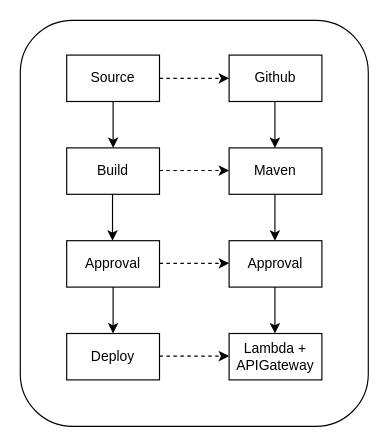
Before: pipeline_101.drawio in ranser102/aws-codepipeline-101, a draw.io diagram. Source tidied: cells renumbered, new cells numbered last; positions are measured from the earlier drawing's top-left corner, leaving out a move shared by most shapes. Both pictures are drawn from the tidied source at 116%, with x=0, y=0 at pixel (20, 20).
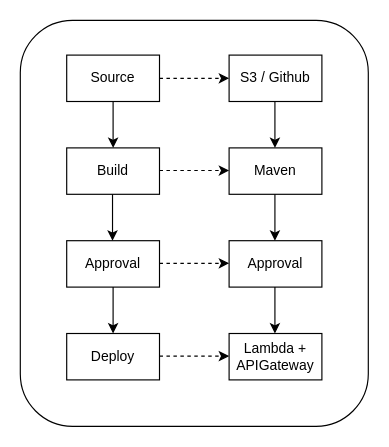
After the change.

Diff of the diagram source:
```diff
@@
-    <mxCell id="7" value="Github" style="rounded=0;whiteSpace=wrap;html=1;" parent="1" vertex="1">
+    <mxCell id="7" value="S3 / Github" style="rounded=0;whiteSpace=wrap;html=1;" parent="1" vertex="1">
       <mxGeometry x="180" y="30" width="80" height="40" as="geometry" />
     </mxCell>
```
